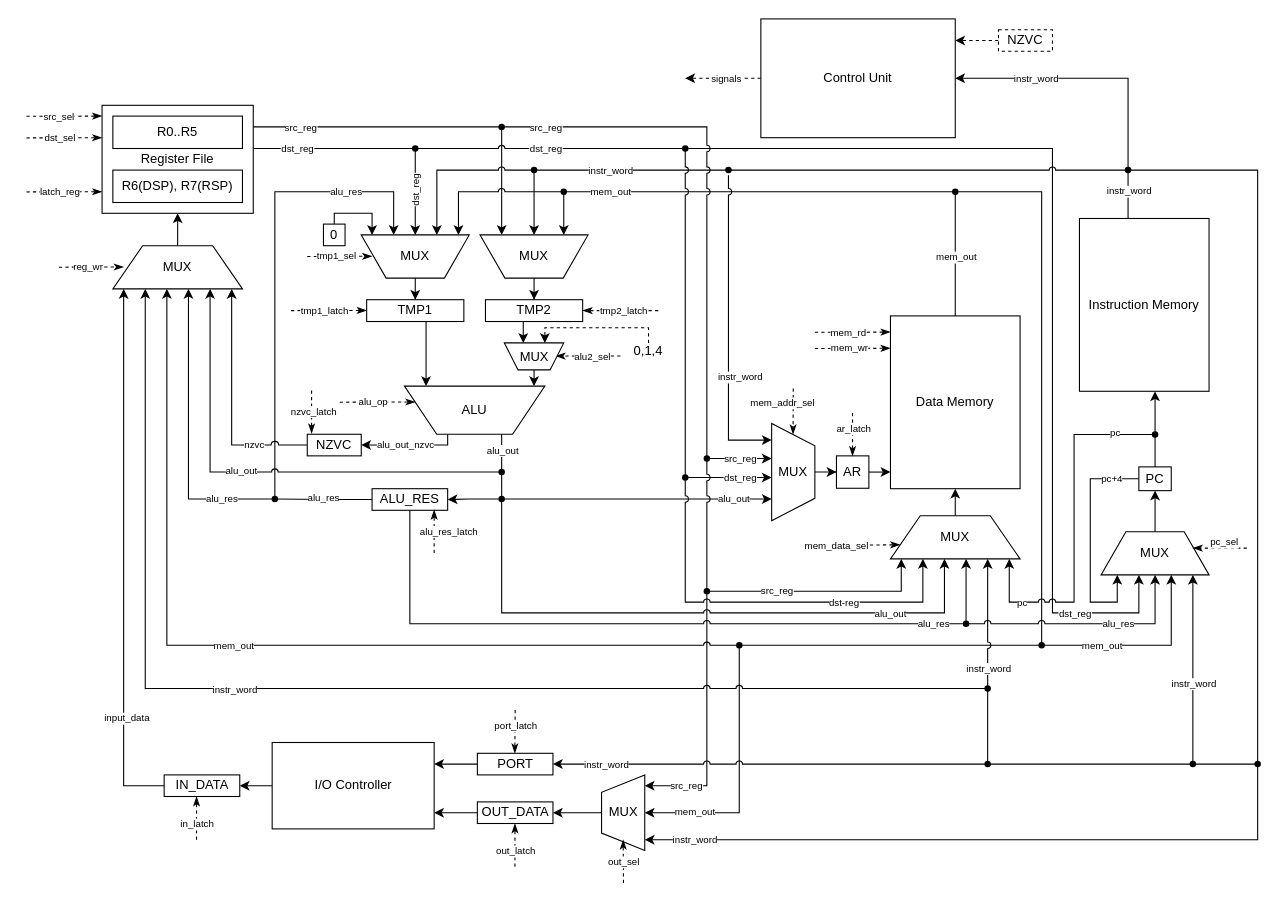
Earlier version of the draw.io diagram scheme/csa_lab4_datapath_scheme.drawio (xtern0o/csa_lab4). Source tidied: cells renumbered, new cells numbered last; positions are measured from the earlier drawing's top-left corner, leaving out a move shared by most shapes. Both pictures are drawn from the tidied source at 108%, with x=0, y=0 at pixel (26, 18).
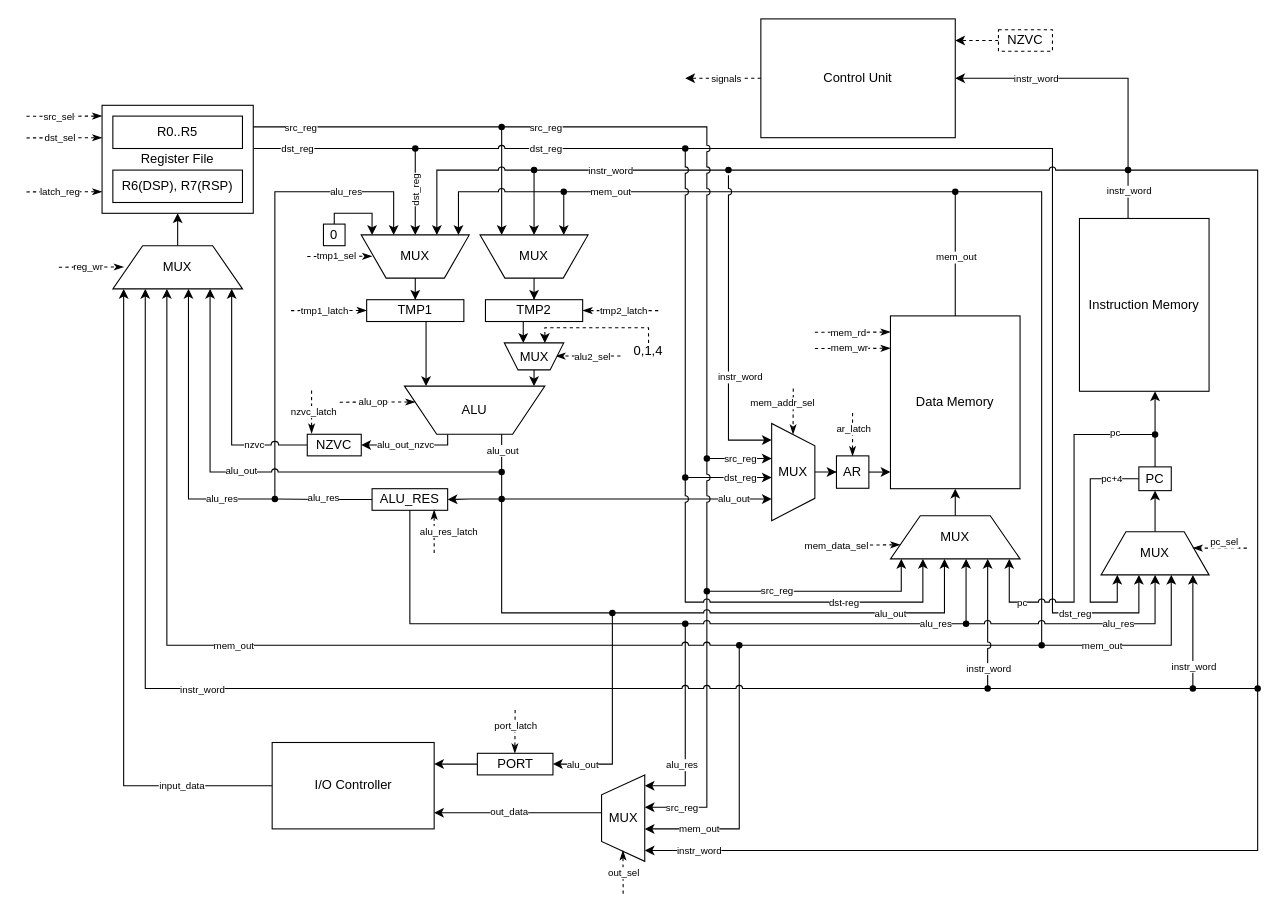
Above is the later version.

The change refers to these unchanged cells:
```xml
<mxCell id="19" value="MUX" style="verticalLabelPosition=middle;verticalAlign=middle;html=1;shape=trapezoid;perimeter=trapezoidPerimeter;whiteSpace=wrap;size=0.23;arcSize=10;flipV=1;labelPosition=center;align=center;direction=west;" parent="1" vertex="1">
  <mxGeometry x="80" y="210" width="120" height="40" as="geometry" />
</mxCell>
<mxCell id="49" style="shape=waypoint;sketch=0;fillStyle=solid;size=6;points=[];fillColor=none;perimeter=centerPerimeter;snapToPoint=1;" parent="1" vertex="1">
  <mxGeometry x="430" y="434.6" width="20" height="20" as="geometry" />
</mxCell>
<mxCell id="54" value="ALU_RES" style="rounded=0;whiteSpace=wrap;html=1;" parent="1" vertex="1">
  <mxGeometry x="320" y="435" width="70" height="20" as="geometry" />
</mxCell>
<mxCell id="78" value="MUX" style="verticalLabelPosition=middle;verticalAlign=middle;html=1;shape=trapezoid;perimeter=trapezoidPerimeter;whiteSpace=wrap;size=0.23;arcSize=10;flipV=1;labelPosition=center;align=center;legacyAnchorPoints=0;direction=west;" parent="1" vertex="1">
  <mxGeometry x="800" y="460" width="120" height="40" as="geometry" />
</mxCell>
<mxCell id="99" value="I/O Controller" style="rounded=0;whiteSpace=wrap;html=1;" parent="1" vertex="1">
  <mxGeometry x="227.5" y="670" width="150" height="80" as="geometry" />
</mxCell>
<mxCell id="102" style="shape=waypoint;sketch=0;fillStyle=solid;size=6;points=[];fillColor=none;perimeter=centerPerimeter;snapToPoint=1;" parent="1" vertex="1">
  <mxGeometry x="620" y="520" width="20" height="20" as="geometry" />
</mxCell>
<mxCell id="110" style="shape=waypoint;sketch=0;fillStyle=solid;size=6;points=[];fillColor=none;perimeter=centerPerimeter;snapToPoint=1;" parent="1" vertex="1">
  <mxGeometry x="650" y="570" width="20" height="20" as="geometry" />
</mxCell>
<mxCell id="115" value="PORT" style="rounded=0;whiteSpace=wrap;html=1;" parent="1" vertex="1">
  <mxGeometry x="417.5" y="680" width="70" height="20" as="geometry" />
</mxCell>
<mxCell id="169" style="edgeStyle=orthogonalEdgeStyle;rounded=0;jettySize=auto;html=1;" parent="1" edge="1" source="171" target="158">
  <mxGeometry relative="1" as="geometry">
    <Array as="points">
      <mxPoint x="1080" y="600" />
      <mxPoint x="1080" y="600" />
    </Array>
  </mxGeometry>
</mxCell>
<mxCell id="187" style="edgeStyle=orthogonalEdgeStyle;rounded=0;jettySize=auto;html=1;jumpStyle=arc;" parent="1" edge="1" source="189" target="19">
  <mxGeometry relative="1" as="geometry">
    <Array as="points">
      <mxPoint x="110" y="620" />
    </Array>
  </mxGeometry>
</mxCell>
<mxCell id="189" style="shape=waypoint;sketch=0;fillStyle=solid;size=6;points=[];fillColor=none;perimeter=centerPerimeter;snapToPoint=1;" parent="1" vertex="1">
  <mxGeometry x="880" y="610" width="20" height="20" as="geometry" />
</mxCell>
<mxCell id="215" style="shape=waypoint;sketch=0;fillStyle=solid;size=6;points=[];fillColor=none;perimeter=centerPerimeter;snapToPoint=1;" parent="1" vertex="1">
  <mxGeometry x="860" y="550" width="20" height="20" as="geometry" />
</mxCell>
```

Diff of the diagram source:
```diff
@@
+    <mxCell id="216" style="edgeStyle=orthogonalEdgeStyle;rounded=0;jettySize=auto;html=1;" parent="1" edge="1" source="220" target="105">
+      <mxGeometry relative="1" as="geometry">
+        <Array as="points">
+          <mxPoint x="610" y="710" />
+        </Array>
+      </mxGeometry>
+    </mxCell>
+    <mxCell id="217" value="alu_res" style="edgeLabel;html=1;align=center;verticalAlign=middle;fontSize=9;" parent="216" vertex="1">
+      <mxGeometry x="0.79" y="-2" relative="1" as="geometry">
+        <mxPoint x="14" y="-18" as="offset" />
+      </mxGeometry>
+    </mxCell>
@@
     <mxCell id="7" style="edgeStyle=orthogonalEdgeStyle;rounded=0;jettySize=auto;html=1;jumpStyle=none;" parent="1" edge="1" source="102" target="105">
       <mxGeometry relative="1" as="geometry">
         <Array as="points">
-          <mxPoint x="630" y="710" />
+          <mxPoint x="630" y="730" />
         </Array>
       </mxGeometry>
     </mxCell>
     <mxCell id="8" value="src_reg" style="edgeLabel;html=1;align=center;verticalAlign=middle;fontSize=9;rotation=0;" parent="7" vertex="1">
       <mxGeometry x="0.42" y="2" relative="1" as="geometry">
-        <mxPoint x="-22" y="11" as="offset" />
+        <mxPoint x="-26" y="17" as="offset" />
       </mxGeometry>
     </mxCell>
@@
-    <mxCell id="47" style="edgeStyle=orthogonalEdgeStyle;rounded=0;jettySize=auto;html=1;jumpStyle=arc;" parent="1" edge="1" source="49" target="78">
+    <mxCell id="47" style="edgeStyle=orthogonalEdgeStyle;rounded=0;jettySize=auto;html=1;jumpStyle=arc;" parent="1" edge="1" source="225" target="78">
       <mxGeometry relative="1" as="geometry">
         <Array as="points">
-          <mxPoint x="440" y="550" />
           <mxPoint x="850" y="550" />
         </Array>
       </mxGeometry>
     </mxCell>
     <mxCell id="48" value="alu_out" style="edgeLabel;html=1;align=center;verticalAlign=middle;fontSize=9;" parent="47" vertex="1">
       <mxGeometry x="0.65" y="-2" relative="1" as="geometry">
-        <mxPoint x="-1" y="-2" as="offset" />
+        <mxPoint x="-38" y="-2" as="offset" />
       </mxGeometry>
     </mxCell>
@@
-    <mxCell id="98" style="edgeStyle=orthogonalEdgeStyle;rounded=0;jettySize=auto;html=1;" parent="1" edge="1" source="99" target="130">
-      <mxGeometry relative="1" as="geometry" />
-    </mxCell>
@@
-    <mxCell id="104" style="edgeStyle=orthogonalEdgeStyle;rounded=0;jettySize=auto;html=1;" parent="1" edge="1" source="105" target="123">
-      <mxGeometry relative="1" as="geometry" />
+    <mxCell id="104" style="edgeStyle=orthogonalEdgeStyle;rounded=0;jettySize=auto;html=1;" parent="1" edge="1" source="105" target="99">
+      <mxGeometry relative="1" as="geometry">
+        <Array as="points">
+          <mxPoint x="410" y="735" />
+          <mxPoint x="410" y="735" />
+        </Array>
+      </mxGeometry>
     </mxCell>
+    <mxCell id="218" value="out_data" style="edgeLabel;html=1;align=center;verticalAlign=middle;fontSize=9;" parent="104" vertex="1">
+      <mxGeometry x="0.11" y="-1" relative="1" as="geometry" />
+    </mxCell>
     <mxCell id="105" value="MUX" style="verticalLabelPosition=middle;verticalAlign=middle;html=1;shape=trapezoid;perimeter=trapezoidPerimeter;whiteSpace=wrap;size=0.23;arcSize=10;flipV=1;labelPosition=center;align=center;legacyAnchorPoints=0;direction=north;" parent="1" vertex="1">
-      <mxGeometry x="532.5" y="700" width="40" height="70" as="geometry" />
+      <mxGeometry x="532.5" y="700" width="40" height="80" as="geometry" />
     </mxCell>
@@
     <mxCell id="108" style="edgeStyle=orthogonalEdgeStyle;rounded=0;jettySize=auto;html=1;" parent="1" edge="1" source="110" target="105">
       <mxGeometry relative="1" as="geometry">
         <Array as="points">
-          <mxPoint x="660" y="735" />
+          <mxPoint x="660" y="750" />
         </Array>
       </mxGeometry>
     </mxCell>
@@
     <mxCell id="112" style="endArrow=classicThin;html=1;rounded=0;dashed=1;endFill=1;" parent="1" edge="1">
       <mxGeometry relative="1" as="geometry">
-        <mxPoint x="552.8" y="800" as="sourcePoint" />
-        <mxPoint x="552.5" y="760" as="targetPoint" />
+        <mxPoint x="552.5" y="810" as="sourcePoint" />
+        <mxPoint x="552.3" y="770" as="targetPoint" />
       </mxGeometry>
     </mxCell>
@@
-    <mxCell id="122" style="edgeStyle=orthogonalEdgeStyle;rounded=0;jettySize=auto;html=1;" parent="1" edge="1" source="123" target="99">
-      <mxGeometry relative="1" as="geometry">
-        <Array as="points">
-          <mxPoint x="387.5" y="735" />
-          <mxPoint x="387.5" y="735" />
-        </Array>
-      </mxGeometry>
-    </mxCell>
-    <mxCell id="123" value="OUT_DATA" style="rounded=0;whiteSpace=wrap;html=1;" parent="1" vertex="1">
-      <mxGeometry x="417.5" y="725" width="70" height="20" as="geometry" />
-    </mxCell>
-    <mxCell id="124" style="endArrow=classicThin;html=1;rounded=0;dashed=1;endFill=1;" parent="1" edge="1">
-      <mxGeometry relative="1" as="geometry">
-        <mxPoint x="452.3" y="785" as="sourcePoint" />
-        <mxPoint x="452.3" y="745" as="targetPoint" />
-      </mxGeometry>
-    </mxCell>
-    <mxCell id="125" value=" " style="edgeLabel;html=1;align=center;verticalAlign=middle;fontSize=9;" parent="124" vertex="1">
-      <mxGeometry x="-0.3" y="1" relative="1" as="geometry">
-        <mxPoint y="2" as="offset" />
-      </mxGeometry>
-    </mxCell>
-    <mxCell id="126" value="out_latch" style="edgeLabel;html=1;align=center;verticalAlign=middle;fontSize=9;" parent="124" vertex="1">
-      <mxGeometry x="-0.26" relative="1" as="geometry" />
-    </mxCell>
-    <mxCell id="127" style="edgeStyle=orthogonalEdgeStyle;rounded=0;jettySize=auto;html=1;" parent="1" edge="1" source="130" target="19">
+    <mxCell id="127" style="edgeStyle=orthogonalEdgeStyle;rounded=0;jettySize=auto;html=1;" parent="1" edge="1" source="99" target="19">
       <mxGeometry relative="1" as="geometry">
         <Array as="points">
           <mxPoint x="90" y="710" />
         </Array>
       </mxGeometry>
     </mxCell>
@@
     <mxCell id="129" value="input_data" style="edgeLabel;html=1;align=center;verticalAlign=middle;fontSize=9;" parent="127" vertex="1">
       <mxGeometry x="-0.72" y="-2" relative="1" as="geometry">
-        <mxPoint y="-30" as="offset" />
+        <mxPoint y="2" as="offset" />
       </mxGeometry>
     </mxCell>
-    <mxCell id="130" value="IN_DATA" style="rounded=0;whiteSpace=wrap;html=1;" parent="1" vertex="1">
-      <mxGeometry x="127.5" y="700" width="70" height="20" as="geometry" />
-    </mxCell>
-    <mxCell id="131" style="endArrow=classicThin;html=1;rounded=0;dashed=1;endFill=1;" parent="1" edge="1">
-      <mxGeometry relative="1" as="geometry">
-        <mxPoint x="157.5" y="760" as="sourcePoint" />
-        <mxPoint x="157.5" y="720" as="targetPoint" />
-      </mxGeometry>
-    </mxCell>
-    <mxCell id="132" value=" " style="edgeLabel;html=1;align=center;verticalAlign=middle;fontSize=9;" parent="131" vertex="1">
-      <mxGeometry x="-0.3" y="1" relative="1" as="geometry">
-        <mxPoint y="2" as="offset" />
-      </mxGeometry>
-    </mxCell>
-    <mxCell id="133" value="in_latch" style="edgeLabel;html=1;align=center;verticalAlign=middle;fontSize=9;" parent="131" vertex="1">
-      <mxGeometry x="-0.26" relative="1" as="geometry" />
-    </mxCell>
@@
     <mxCell id="146" style="edgeStyle=orthogonalEdgeStyle;rounded=0;jettySize=auto;html=1;" parent="1" edge="1" source="148" target="105">
       <mxGeometry relative="1" as="geometry">
         <Array as="points">
-          <mxPoint x="1140" y="760" />
+          <mxPoint x="1140" y="770" />
         </Array>
       </mxGeometry>
     </mxCell>
@@
     <mxCell id="148" style="shape=waypoint;sketch=0;fillStyle=solid;size=6;points=[];fillColor=none;perimeter=centerPerimeter;snapToPoint=1;" parent="1" vertex="1">
-      <mxGeometry x="1130" y="680" width="20" height="20" as="geometry" />
+      <mxGeometry x="1130" y="610" width="20" height="20" as="geometry" />
     </mxCell>
@@
-    <mxCell id="159" style="edgeStyle=orthogonalEdgeStyle;rounded=0;jettySize=auto;html=1;jumpStyle=arc;endArrow=none;endFill=0;" parent="1" edge="1" source="171" target="162">
-      <mxGeometry relative="1" as="geometry">
-        <Array as="points">
-          <mxPoint x="1070" y="690" />
-          <mxPoint x="1070" y="690" />
-        </Array>
-      </mxGeometry>
-    </mxCell>
-    <mxCell id="160" style="edgeStyle=orthogonalEdgeStyle;rounded=0;jettySize=auto;html=1;jumpStyle=arc;" parent="1" edge="1" source="162" target="115">
-      <mxGeometry relative="1" as="geometry">
-        <Array as="points">
-          <mxPoint x="860" y="690" />
-        </Array>
-      </mxGeometry>
-    </mxCell>
-    <mxCell id="161" value="instr_word" style="edgeLabel;html=1;align=center;verticalAlign=middle;fontSize=9;" parent="160" vertex="1">
-      <mxGeometry x="0.76" relative="1" as="geometry" />
-    </mxCell>
-    <mxCell id="162" style="shape=waypoint;sketch=0;fillStyle=solid;size=6;points=[];fillColor=none;perimeter=centerPerimeter;snapToPoint=1;" parent="1" vertex="1">
-      <mxGeometry x="880" y="680" width="20" height="20" as="geometry" />
-    </mxCell>
@@
     <mxCell id="170" value="instr_word" style="edgeLabel;html=1;align=center;verticalAlign=middle;fontSize=9;" parent="169" vertex="1">
       <mxGeometry x="-0.23" y="-1" relative="1" as="geometry">
-        <mxPoint x="-1" y="-8" as="offset" />
+        <mxPoint x="-1" y="20" as="offset" />
       </mxGeometry>
     </mxCell>
     <mxCell id="171" style="shape=waypoint;sketch=0;fillStyle=solid;size=6;points=[];fillColor=none;perimeter=centerPerimeter;snapToPoint=1;" parent="1" vertex="1">
-      <mxGeometry x="1070" y="680" width="20" height="20" as="geometry" />
+      <mxGeometry x="1070" y="610" width="20" height="20" as="geometry" />
     </mxCell>
@@
-    <mxCell id="186" style="edgeStyle=orthogonalEdgeStyle;rounded=0;jettySize=auto;html=1;jumpStyle=arc;endArrow=none;endFill=0;" parent="1" edge="1" source="162" target="189">
-      <mxGeometry relative="1" as="geometry">
-        <Array as="points">
-          <mxPoint x="890" y="630" />
-          <mxPoint x="890" y="630" />
-        </Array>
-      </mxGeometry>
-    </mxCell>
@@
     <mxCell id="188" value="&lt;font style=&quot;font-size: 9px;&quot;&gt;instr_word&lt;/font&gt;" style="edgeLabel;html=1;align=center;verticalAlign=middle;" parent="187" vertex="1">
       <mxGeometry x="0.21" y="-2" relative="1" as="geometry">
-        <mxPoint x="-2" y="2" as="offset" />
+        <mxPoint x="-32" y="2" as="offset" />
       </mxGeometry>
     </mxCell>
@@
-    <mxCell id="211" style="edgeStyle=orthogonalEdgeStyle;rounded=0;jettySize=auto;html=1;jumpStyle=arc;endArrow=none;endFill=0;" parent="1" edge="1" source="54" target="215">
-      <mxGeometry relative="1" as="geometry">
-        <Array as="points">
-          <mxPoint x="355" y="560" />
-        </Array>
-      </mxGeometry>
+    <mxCell id="211" style="edgeStyle=orthogonalEdgeStyle;rounded=0;jettySize=auto;html=1;jumpStyle=arc;endArrow=none;endFill=0;" parent="1" edge="1" source="220" target="215">
+      <mxGeometry relative="1" as="geometry" />
     </mxCell>
     <mxCell id="212" value="alu_res" style="edgeLabel;html=1;align=center;verticalAlign=middle;fontSize=9;" parent="211" vertex="1">
-      <mxGeometry x="0.9" relative="1" as="geometry" />
+      <mxGeometry x="0.9" relative="1" as="geometry">
+        <mxPoint x="-16" as="offset" />
+      </mxGeometry>
     </mxCell>
@@
+    <mxCell id="219" style="edgeStyle=orthogonalEdgeStyle;rounded=0;jettySize=auto;html=1;jumpStyle=arc;endArrow=none;endFill=0;" parent="1" edge="1" source="54" target="220">
+      <mxGeometry relative="1" as="geometry">
+        <Array as="points">
+          <mxPoint x="355" y="560" />
+        </Array>
+      </mxGeometry>
+    </mxCell>
+    <mxCell id="220" style="shape=waypoint;sketch=0;fillStyle=solid;size=6;points=[];fillColor=none;perimeter=centerPerimeter;snapToPoint=1;" parent="1" vertex="1">
+      <mxGeometry x="600" y="550" width="20" height="20" as="geometry" />
+    </mxCell>
+    <mxCell id="221" style="edgeStyle=orthogonalEdgeStyle;rounded=0;jettySize=auto;html=1;entryX=0.728;entryY=0.54;entryDx=0;entryDy=0;entryPerimeter=0;endArrow=none;endFill=0;" parent="1" edge="1" source="171" target="189">
+      <mxGeometry relative="1" as="geometry" />
+    </mxCell>
+    <mxCell id="222" style="edgeStyle=orthogonalEdgeStyle;rounded=0;jettySize=auto;html=1;jumpStyle=arc;endArrow=none;endFill=0;" parent="1" edge="1" source="49" target="225">
+      <mxGeometry relative="1" as="geometry">
+        <Array as="points">
+          <mxPoint x="440" y="550" />
+        </Array>
+      </mxGeometry>
+    </mxCell>
+    <mxCell id="223" style="edgeStyle=orthogonalEdgeStyle;rounded=0;jettySize=auto;html=1;" parent="1" edge="1" source="225" target="115">
+      <mxGeometry relative="1" as="geometry">
+        <Array as="points">
+          <mxPoint x="543" y="690" />
+        </Array>
+      </mxGeometry>
+    </mxCell>
+    <mxCell id="224" value="alu_out" style="edgeLabel;html=1;align=center;verticalAlign=middle;fontSize=9;" parent="223" vertex="1">
+      <mxGeometry x="0.75" relative="1" as="geometry">
+        <mxPoint x="3" as="offset" />
+      </mxGeometry>
+    </mxCell>
+    <mxCell id="225" style="shape=waypoint;sketch=0;fillStyle=solid;size=6;points=[];fillColor=none;perimeter=centerPerimeter;snapToPoint=1;" parent="1" vertex="1">
+      <mxGeometry x="532.5" y="540" width="20" height="20" as="geometry" />
+    </mxCell>
```
